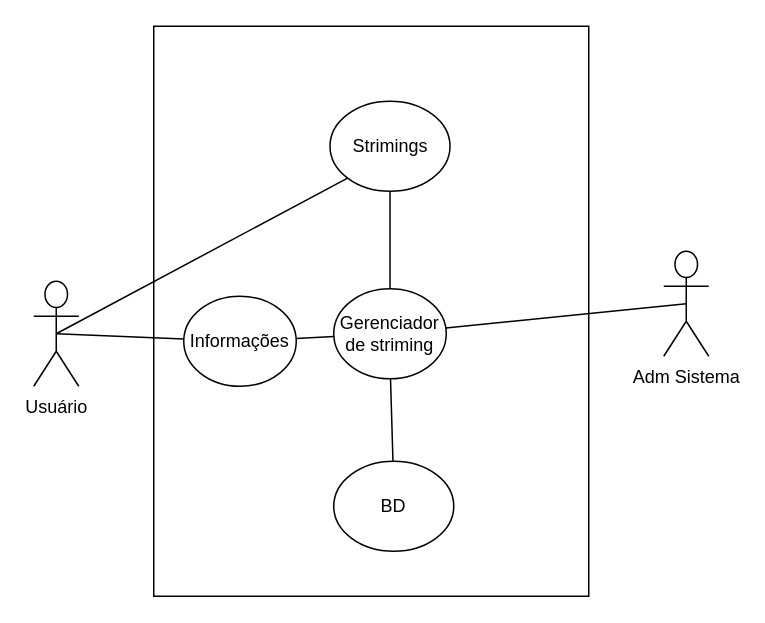
Earlier version of the draw.io diagram Diagrama sem nome.drawio (devleocruz/Engenharia-de-Software). Source tidied: cells renumbered, new cells numbered last; positions are measured from the earlier drawing's top-left corner, leaving out a move shared by most shapes. Both pictures are drawn from the tidied source at 150%, with x=0, y=0 at pixel (33, 26).
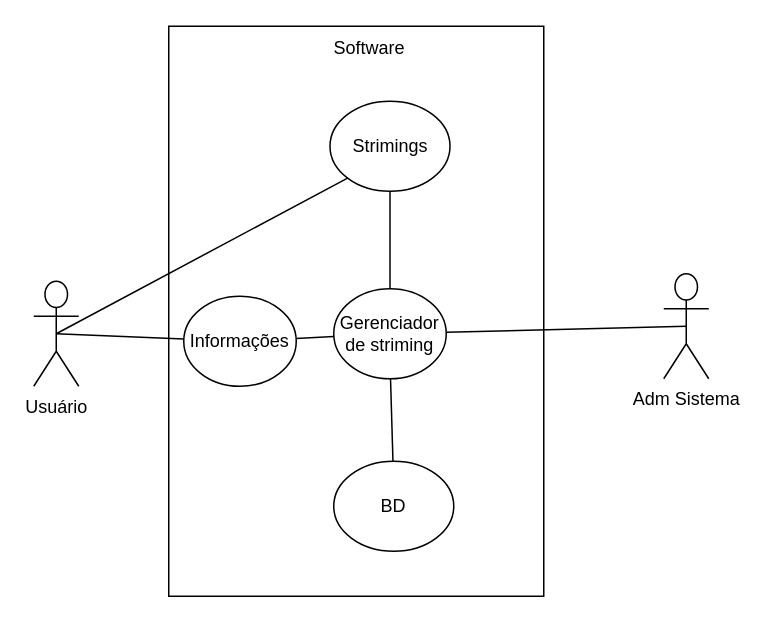
Above is the later version.

Diff of the diagram source:
```diff
@@
 <mxGraphModel>
   <root>
     <mxCell id="0" />
     <mxCell id="1" parent="0" />
     <mxCell id="2" style="whiteSpace=wrap;html=1;" parent="1" vertex="1">
-      <mxGeometry x="80" width="290" height="380" as="geometry" />
+      <mxGeometry x="90" width="250" height="380" as="geometry" />
     </mxCell>
     <mxCell id="3" value="Usuário" style="shape=umlActor;verticalLabelPosition=bottom;verticalAlign=top;html=1;outlineConnect=0;" parent="1" vertex="1">
       <mxGeometry y="170" width="30" height="70" as="geometry" />
     </mxCell>
     <mxCell id="4" value="Gerenciador de striming" style="ellipse;whiteSpace=wrap;html=1;" parent="1" vertex="1">
       <mxGeometry x="200" y="175" width="75" height="60" as="geometry" />
     </mxCell>
     <mxCell id="5" value="BD" style="ellipse;whiteSpace=wrap;html=1;" parent="1" vertex="1">
       <mxGeometry x="200" y="290" width="80" height="60" as="geometry" />
     </mxCell>
     <mxCell id="6" value="Strimings" style="ellipse;whiteSpace=wrap;html=1;" parent="1" vertex="1">
       <mxGeometry x="197.5" y="50" width="80" height="60" as="geometry" />
     </mxCell>
     <mxCell id="7" value="Informações" style="ellipse;whiteSpace=wrap;html=1;" parent="1" vertex="1">
       <mxGeometry x="100" y="180" width="75" height="60" as="geometry" />
     </mxCell>
     <mxCell id="8" style="endArrow=none;html=1;rounded=0;exitX=0.5;exitY=0.5;exitDx=0;exitDy=0;exitPerimeter=0;" parent="1" edge="1" source="3" target="7">
       <mxGeometry relative="1" as="geometry" />
     </mxCell>
     <mxCell id="9" style="endArrow=none;html=1;rounded=0;" parent="1" edge="1" source="4" target="7">
       <mxGeometry relative="1" as="geometry" />
     </mxCell>
     <mxCell id="10" style="endArrow=none;html=1;rounded=0;" parent="1" edge="1" source="4" target="5">
       <mxGeometry relative="1" as="geometry" />
     </mxCell>
     <mxCell id="11" style="endArrow=none;html=1;rounded=0;exitX=0.5;exitY=0;exitDx=0;exitDy=0;" parent="1" edge="1" source="4" target="6">
       <mxGeometry relative="1" as="geometry" />
     </mxCell>
     <mxCell id="12" style="endArrow=none;html=1;rounded=0;exitX=0.5;exitY=0.5;exitDx=0;exitDy=0;exitPerimeter=0;entryX=0;entryY=1;entryDx=0;entryDy=0;" parent="1" edge="1" source="3" target="6">
       <mxGeometry relative="1" as="geometry" />
     </mxCell>
     <mxCell id="13" value="Adm Sistema" style="shape=umlActor;verticalLabelPosition=bottom;verticalAlign=top;html=1;outlineConnect=0;" parent="1" vertex="1">
-      <mxGeometry x="420" y="150" width="30" height="70" as="geometry" />
+      <mxGeometry x="420" y="165" width="30" height="70" as="geometry" />
     </mxCell>
     <mxCell id="14" style="endArrow=none;html=1;rounded=0;entryX=0.5;entryY=0.5;entryDx=0;entryDy=0;entryPerimeter=0;" parent="1" edge="1" source="4" target="13">
       <mxGeometry relative="1" as="geometry" />
     </mxCell>
+    <mxCell id="15" value="Software" style="text;html=1;align=center;verticalAlign=middle;whiteSpace=wrap;rounded=0;" parent="1" vertex="1">
+      <mxGeometry x="194" width="60" height="30" as="geometry" />
+    </mxCell>
   </root>
 </mxGraphModel>
```
